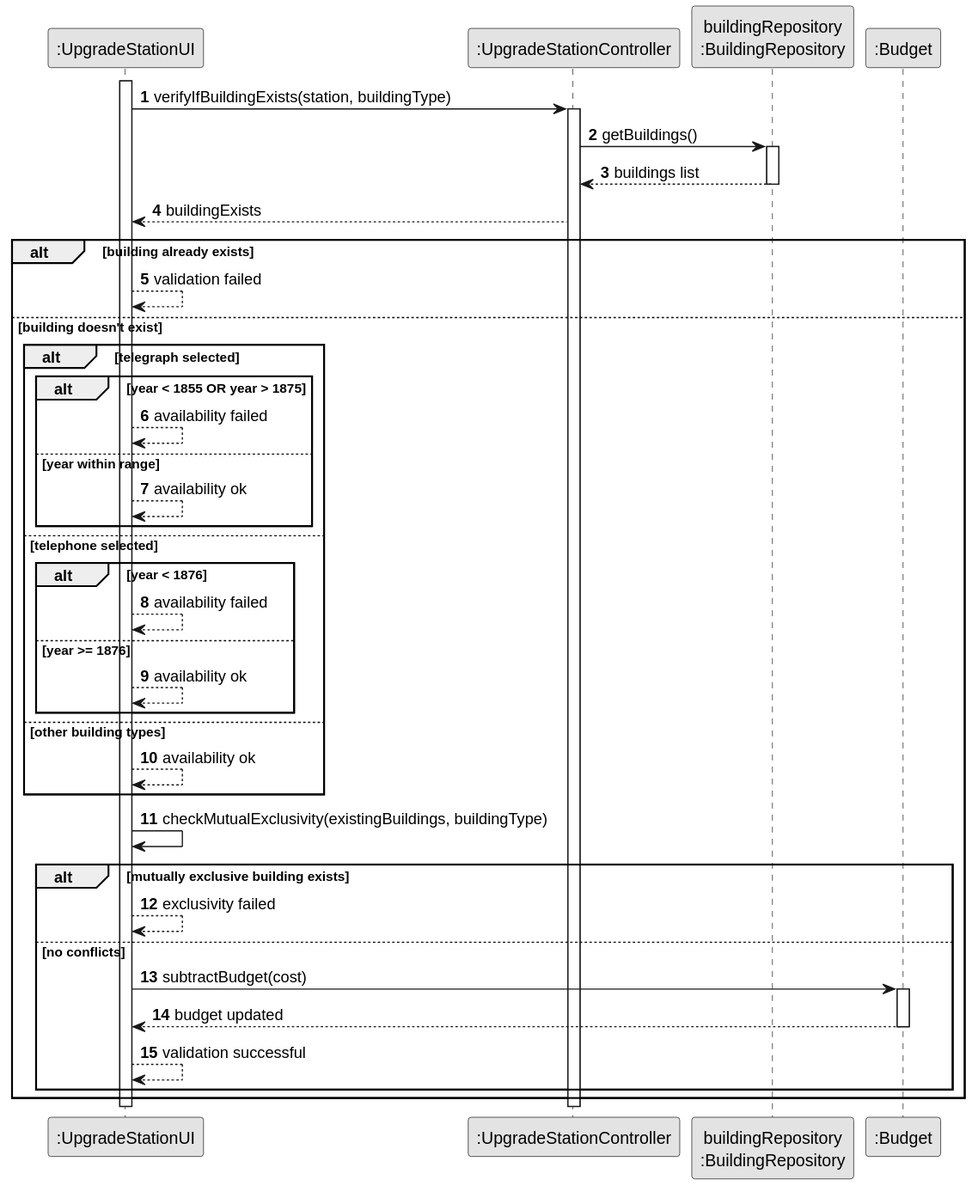
This is docs/system-documentation/US006/03.design/svg/US006-SD-validateUpgrade.svg from goncalolopesp/sem2-pi-24.25-g093-repo, a PlantUML export, as it was before one commit.
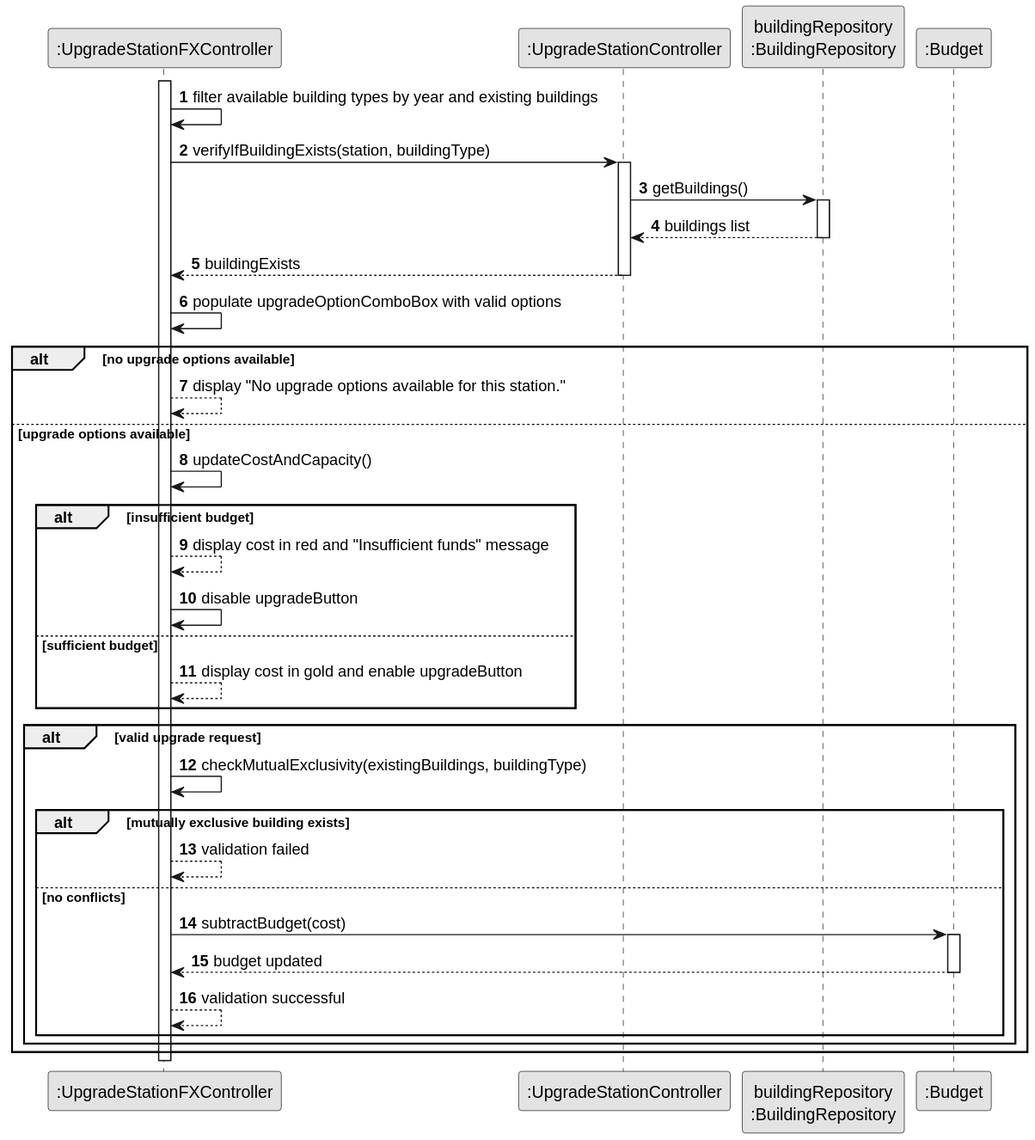
Later version of the same file.

The edit, as a diff of the source:
```diff
@@ -5,54 +5,53 @@
 
 autonumber
 
-participant ":UpgradeStationUI" as UpgradeStationUI
-participant ":UpgradeStationController" as UpgradeStationController
+participant ":UpgradeStationFXController" as Controller
+participant ":UpgradeStationController" as UpgradeController
 participant "buildingRepository\n:BuildingRepository" as BuildingRepository
 participant ":Budget" as Budget
 
-activate UpgradeStationUI
-UpgradeStationUI -> UpgradeStationController : verifyIfBuildingExists(station, buildingType)
-activate UpgradeStationController
+activate Controller
 
-UpgradeStationController -> BuildingRepository : getBuildings()
+Controller -> Controller : filter available building types by year and existing buildings
+Controller -> UpgradeController : verifyIfBuildingExists(station, buildingType)
+activate UpgradeController
+
+UpgradeController -> BuildingRepository : getBuildings()
 activate BuildingRepository
-BuildingRepository --> UpgradeStationController : buildings list
+BuildingRepository --> UpgradeController : buildings list
 deactivate BuildingRepository
+UpgradeController --> Controller : buildingExists
+deactivate UpgradeController
 
-UpgradeStationController --> UpgradeStationUI : buildingExists
+Controller -> Controller : populate upgradeOptionComboBox with valid options
 
-alt building already exists
-    UpgradeStationUI --> UpgradeStationUI : validation failed
-else building doesn't exist
-    alt telegraph selected
-        alt year < 1855 OR year > 1875
-            UpgradeStationUI --> UpgradeStationUI : availability failed
-        else year within range
-            UpgradeStationUI --> UpgradeStationUI : availability ok
+alt no upgrade options available
+    Controller --> Controller : display "No upgrade options available for this station."
+else upgrade options available
+    Controller -> Controller : updateCostAndCapacity()
+
+    alt insufficient budget
+        Controller --> Controller : display cost in red and "Insufficient funds" message
+        Controller -> Controller : disable upgradeButton
+    else sufficient budget
+        Controller --> Controller : display cost in gold and enable upgradeButton
+    end
+
+    alt valid upgrade request
+        Controller -> Controller : checkMutualExclusivity(existingBuildings, buildingType)
+
+        alt mutually exclusive building exists
+            Controller --> Controller : validation failed
+        else no conflicts
+            Controller -> Budget : subtractBudget(cost)
+            activate Budget
+            Budget --> Controller : budget updated
+            deactivate Budget
+
+            Controller --> Controller : validation successful
         end
-    else telephone selected
-        alt year < 1876
-            UpgradeStationUI --> UpgradeStationUI : availability failed
-        else year >= 1876
-            UpgradeStationUI --> UpgradeStationUI : availability ok
-        end
-    else other building types
-        UpgradeStationUI --> UpgradeStationUI : availability ok
-    end
-    UpgradeStationUI -> UpgradeStationUI : checkMutualExclusivity(existingBuildings, buildingType)
-
-    alt mutually exclusive building exists
-        UpgradeStationUI --> UpgradeStationUI : exclusivity failed
-    else no conflicts
-        UpgradeStationUI -> Budget : subtractBudget(cost)
-        activate Budget
-        Budget --> UpgradeStationUI : budget updated
-        deactivate Budget
-
-        UpgradeStationUI --> UpgradeStationUI : validation successful
     end
 end
 
-deactivate UpgradeStationController
-deactivate UpgradeStationUI
+deactivate Controller
 @enduml
```
